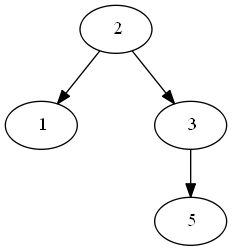
oscarc99/EDD_DIC_2019_PY2_201709140- keeps this Graphviz diagram as report/AVLTree.png. Above is the earlier version. Its source is kept beside it as report/AVLTree.dot. Its diagram source:
```dot
digraph G {

nodesep=0.8;

ranksep=0.5;



1[label=" 1" ];
2->1;
5[label=" 5" ];
3->5;
3[label=" 3" ];
2->3;
2[label=" 2" ];


}
```
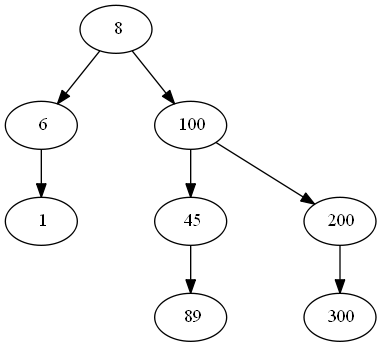
After the change.

Diff of the diagram source:
```diff
@@ -7,12 +7,20 @@
 
 
 1[label=" 1" ];
-2->1;
-5[label=" 5" ];
-3->5;
-3[label=" 3" ];
-2->3;
-2[label=" 2" ];
+6->1;
+6[label=" 6" ];
+8->6;
+89[label=" 89" ];
+45->89;
+45[label=" 45" ];
+100->45;
+300[label=" 300" ];
+200->300;
+200[label=" 200" ];
+100->200;
+100[label=" 100" ];
+8->100;
+8[label=" 8" ];
 
 
 }
```
